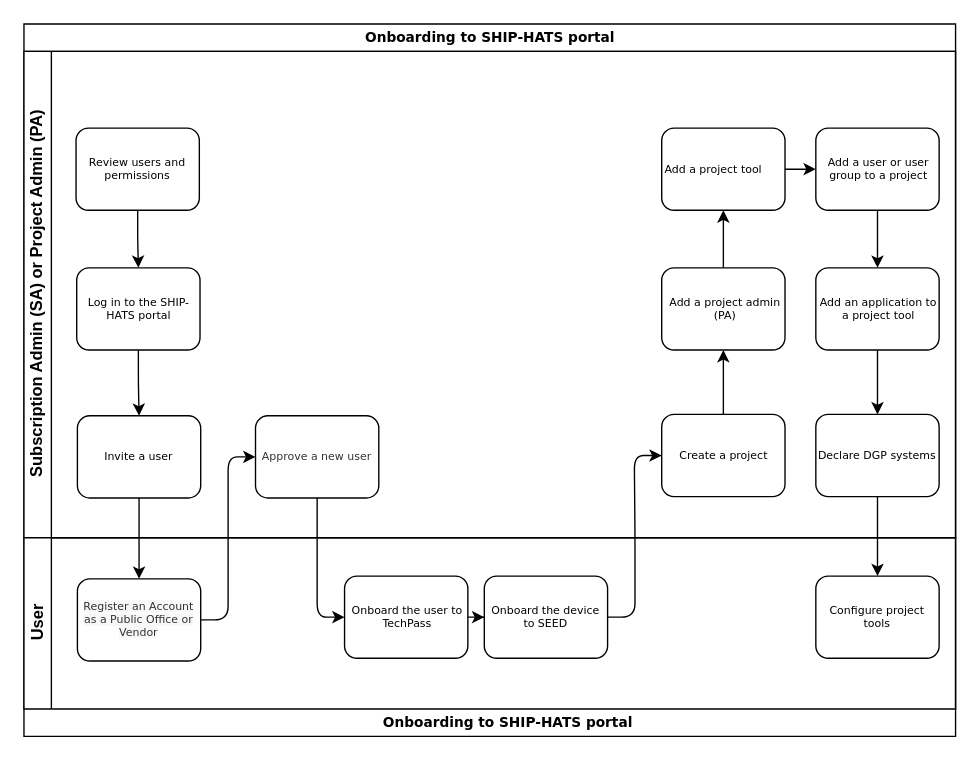
The draw.io diagram portal-guide/images/onboarding-ship-hats-portal.drawio in lixinW/ship-hats-docs, before the edit. Source tidied: cells renumbered, new cells numbered last; positions are measured from the earlier drawing's top-left corner, leaving out a move shared by most shapes. Both pictures are drawn from the tidied source at 137%, with x=0, y=0 at pixel (23, 23).
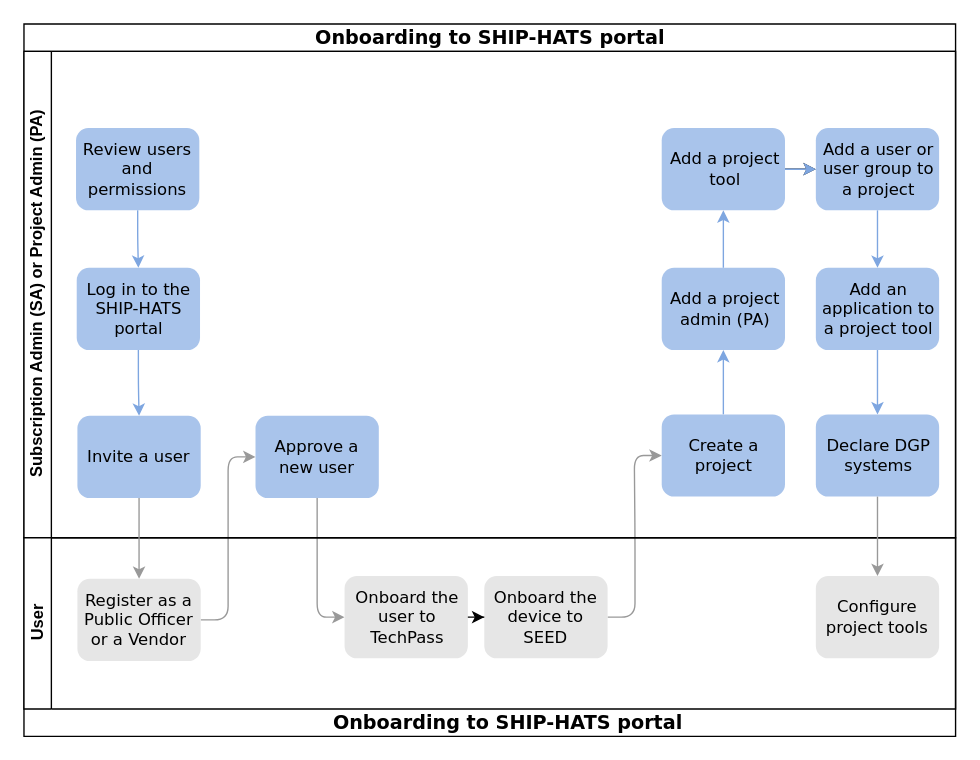
After the change.

Unchanged cells that the change refers to:
```xml
<mxCell id="6" value="Subscription Admin (SA) or Project Admin (PA)" style="swimlane;html=1;startSize=20;horizontal=0;" parent="2" vertex="1">
  <mxGeometry y="20" width="680" height="355" as="geometry" />
</mxCell>
<mxCell id="24" value="User" style="swimlane;html=1;startSize=20;horizontal=0;" parent="2" vertex="1">
  <mxGeometry y="375" width="680" height="125" as="geometry" />
</mxCell>
```

What changed in the source:
```diff
@@
-    <mxCell id="2" value="&lt;span style=&quot;font-size: 10px;&quot;&gt;Onboarding to SHIP-HATS portal&lt;/span&gt;" style="swimlane;html=1;horizontal=1;startSize=20;rounded=0;shadow=0;labelBackgroundColor=none;strokeWidth=1;fontFamily=Verdana;fontSize=8;align=center;" parent="1" vertex="1">
+    <mxCell id="2" value="&lt;font style=&quot;font-size: 14px;&quot;&gt;Onboarding to SHIP-HATS portal&lt;/font&gt;" style="swimlane;html=1;horizontal=1;startSize=20;rounded=0;shadow=0;labelBackgroundColor=none;strokeWidth=1;fontFamily=Verdana;fontSize=8;align=center;" parent="1" vertex="1">
       <mxGeometry width="680" height="520" as="geometry" />
     </mxCell>
-    <mxCell id="3" style="edgeStyle=orthogonalEdgeStyle;rounded=1;jettySize=auto;html=1;entryX=0;entryY=0.5;entryDx=0;entryDy=0;fontFamily=Verdana;fontSize=8;" parent="2" edge="1" source="25" target="10">
+    <mxCell id="3" style="edgeStyle=orthogonalEdgeStyle;rounded=1;jettySize=auto;html=1;entryX=0;entryY=0.5;entryDx=0;entryDy=0;fontFamily=Verdana;fontSize=8;strokeColor=#999999;fillColor=#B3B3B3;" parent="2" edge="1" source="25" target="10">
       <mxGeometry relative="1" as="geometry" />
     </mxCell>
-    <mxCell id="4" style="edgeStyle=orthogonalEdgeStyle;rounded=1;jettySize=auto;html=1;entryX=0;entryY=0.5;entryDx=0;entryDy=0;fontFamily=Verdana;fontSize=8;" parent="2" edge="1" source="10" target="27">
+    <mxCell id="4" style="edgeStyle=orthogonalEdgeStyle;rounded=1;jettySize=auto;html=1;entryX=0;entryY=0.5;entryDx=0;entryDy=0;fontFamily=Verdana;fontSize=8;strokeColor=#999999;fillColor=#B3B3B3;" parent="2" edge="1" source="10" target="27">
       <mxGeometry relative="1" as="geometry" />
     </mxCell>
-    <mxCell id="5" style="edgeStyle=orthogonalEdgeStyle;rounded=1;jettySize=auto;html=1;entryX=0;entryY=0.5;entryDx=0;entryDy=0;fontFamily=Verdana;fontSize=8;exitX=1;exitY=0.5;exitDx=0;exitDy=0;" parent="2" edge="1" source="28" target="12">
+    <mxCell id="5" style="edgeStyle=orthogonalEdgeStyle;rounded=1;jettySize=auto;html=1;entryX=0;entryY=0.5;entryDx=0;entryDy=0;fontFamily=Verdana;fontSize=8;exitX=1;exitY=0.5;exitDx=0;exitDy=0;strokeColor=#999999;fillColor=#B3B3B3;" parent="2" edge="1" source="28" target="12">
       <mxGeometry relative="1" as="geometry" />
     </mxCell>
@@
-    <mxCell id="7" style="edgeStyle=orthogonalEdgeStyle;rounded=1;jettySize=auto;html=1;fontSize=8;entryX=0.5;entryY=0;entryDx=0;entryDy=0;" parent="6" edge="1" source="8" target="16">
+    <mxCell id="7" style="edgeStyle=orthogonalEdgeStyle;rounded=1;jettySize=auto;html=1;fontSize=8;entryX=0.5;entryY=0;entryDx=0;entryDy=0;strokeColor=#7EA6E0;fillColor=#7EA6E0;" parent="6" edge="1" source="8" target="16">
       <mxGeometry relative="1" as="geometry" />
     </mxCell>
-    <mxCell id="8" value="Review users and permissions" style="rounded=1;whiteSpace=wrap;html=1;shadow=0;labelBackgroundColor=none;strokeWidth=1;fontFamily=Verdana;fontSize=8;align=center;" parent="6" vertex="1">
+    <mxCell id="8" value="&lt;font style=&quot;font-size: 12px;&quot;&gt;Review users and permissions&lt;/font&gt;" style="rounded=1;whiteSpace=wrap;html=1;shadow=0;labelBackgroundColor=none;strokeWidth=1;fontFamily=Verdana;fontSize=8;align=center;fillColor=#A9C4EB;strokeColor=none;" parent="6" vertex="1">
       <mxGeometry x="38" y="56" width="90" height="60" as="geometry" />
     </mxCell>
-    <mxCell id="9" value="Invite a user" style="rounded=1;whiteSpace=wrap;html=1;fontFamily=Verdana;fontSize=8;" parent="6" vertex="1">
+    <mxCell id="9" value="&lt;font style=&quot;font-size: 12px;&quot;&gt;Invite a user&lt;/font&gt;" style="rounded=1;whiteSpace=wrap;html=1;fontFamily=Verdana;fontSize=8;fillColor=#A9C4EB;strokeColor=none;" parent="6" vertex="1">
       <mxGeometry x="39" y="266" width="90" height="60" as="geometry" />
     </mxCell>
-    <mxCell id="10" value="&lt;font color=&quot;#323232&quot;&gt;&lt;span style=&quot;background-color: rgb(255, 255, 255);&quot;&gt;Approve a new user&lt;/span&gt;&lt;/font&gt;" style="rounded=1;whiteSpace=wrap;html=1;fontFamily=Verdana;fontSize=8;align=center;" parent="6" vertex="1">
+    <mxCell id="10" value="&lt;font style=&quot;font-size: 12px;&quot;&gt;Approve a new user&lt;/font&gt;" style="rounded=1;whiteSpace=wrap;html=1;fontFamily=Verdana;fontSize=8;align=center;fillColor=#A9C4EB;strokeColor=none;" parent="6" vertex="1">
       <mxGeometry x="169" y="266" width="90" height="60" as="geometry" />
     </mxCell>
-    <mxCell id="11" style="edgeStyle=orthogonalEdgeStyle;rounded=1;jettySize=auto;html=1;fontFamily=Verdana;fontSize=10;" parent="6" edge="1" source="12" target="14">
+    <mxCell id="11" style="edgeStyle=orthogonalEdgeStyle;rounded=1;jettySize=auto;html=1;fontFamily=Verdana;fontSize=10;strokeColor=#7EA6E0;fillColor=#7EA6E0;" parent="6" edge="1" source="12" target="14">
       <mxGeometry relative="1" as="geometry" />
     </mxCell>
-    <mxCell id="12" value="Create a project" style="rounded=1;whiteSpace=wrap;html=1;fontFamily=Verdana;fontSize=8;" parent="6" vertex="1">
+    <mxCell id="12" value="&lt;font style=&quot;font-size: 12px;&quot;&gt;Create a project&lt;/font&gt;" style="rounded=1;whiteSpace=wrap;html=1;fontFamily=Verdana;fontSize=8;fillColor=#A9C4EB;strokeColor=none;" parent="6" vertex="1">
       <mxGeometry x="465.5" y="265" width="90" height="60" as="geometry" />
     </mxCell>
-    <mxCell id="13" style="edgeStyle=orthogonalEdgeStyle;rounded=1;jettySize=auto;html=1;fontFamily=Verdana;fontSize=8;" parent="6" edge="1" source="14" target="22">
+    <mxCell id="13" style="edgeStyle=orthogonalEdgeStyle;rounded=1;jettySize=auto;html=1;fontFamily=Verdana;fontSize=8;strokeColor=#7EA6E0;fillColor=#7EA6E0;" parent="6" edge="1" source="14" target="22">
       <mxGeometry relative="1" as="geometry" />
     </mxCell>
-    <mxCell id="14" value="&lt;div style=&quot;text-align: center;&quot;&gt;&lt;span style=&quot;background-color: initial;&quot;&gt;Add a project admin (PA)&lt;/span&gt;&lt;/div&gt;&lt;div style=&quot;&quot;&gt;&lt;/div&gt;" style="rounded=1;whiteSpace=wrap;html=1;fontFamily=Verdana;fontSize=8;align=left;" parent="6" vertex="1">
+    <mxCell id="14" value="&lt;div style=&quot;text-align: center;&quot;&gt;&lt;span style=&quot;background-color: initial;&quot;&gt;&lt;font style=&quot;font-size: 12px;&quot;&gt;Add a project admin (PA)&lt;/font&gt;&lt;/span&gt;&lt;/div&gt;&lt;div style=&quot;&quot;&gt;&lt;/div&gt;" style="rounded=1;whiteSpace=wrap;html=1;fontFamily=Verdana;fontSize=8;align=left;fillColor=#A9C4EB;strokeColor=none;" parent="6" vertex="1">
       <mxGeometry x="465.5" y="158" width="90" height="60" as="geometry" />
     </mxCell>
-    <mxCell id="15" style="edgeStyle=orthogonalEdgeStyle;rounded=1;jettySize=auto;html=1;fontFamily=Verdana;fontSize=8;" parent="6" edge="1" source="16" target="9">
+    <mxCell id="15" style="edgeStyle=orthogonalEdgeStyle;rounded=1;jettySize=auto;html=1;fontFamily=Verdana;fontSize=8;strokeColor=#7EA6E0;fillColor=#7EA6E0;" parent="6" edge="1" source="16" target="9">
       <mxGeometry relative="1" as="geometry" />
     </mxCell>
-    <mxCell id="16" value="Log in to the SHIP-HATS portal" style="rounded=1;whiteSpace=wrap;html=1;fontFamily=Verdana;fontSize=8;" parent="6" vertex="1">
+    <mxCell id="16" value="&lt;font style=&quot;font-size: 12px;&quot;&gt;Log in to the SHIP-HATS portal&lt;/font&gt;" style="rounded=1;whiteSpace=wrap;html=1;fontFamily=Verdana;fontSize=8;fillColor=#A9C4EB;strokeColor=none;" parent="6" vertex="1">
       <mxGeometry x="38.5" y="158" width="90" height="60" as="geometry" />
     </mxCell>
-    <mxCell id="17" style="edgeStyle=orthogonalEdgeStyle;rounded=1;jettySize=auto;html=1;fontFamily=Verdana;fontSize=10;" parent="6" edge="1" source="18" target="23">
+    <mxCell id="17" style="edgeStyle=orthogonalEdgeStyle;rounded=1;jettySize=auto;html=1;fontFamily=Verdana;fontSize=10;strokeColor=#7EA6E0;fillColor=#7EA6E0;" parent="6" edge="1" source="18" target="23">
       <mxGeometry relative="1" as="geometry" />
     </mxCell>
-    <mxCell id="18" value="&lt;div style=&quot;text-align: center;&quot;&gt;Add an application to a project tool&lt;br&gt;&lt;/div&gt;&lt;div style=&quot;&quot;&gt;&lt;/div&gt;" style="rounded=1;whiteSpace=wrap;html=1;fontFamily=Verdana;fontSize=8;align=left;" parent="6" vertex="1">
+    <mxCell id="18" value="&lt;div style=&quot;text-align: center;&quot;&gt;&lt;font style=&quot;font-size: 12px;&quot;&gt;Add an application to a project tool&lt;/font&gt;&lt;br&gt;&lt;/div&gt;&lt;div style=&quot;&quot;&gt;&lt;/div&gt;" style="rounded=1;whiteSpace=wrap;html=1;fontFamily=Verdana;fontSize=8;align=left;fillColor=#A9C4EB;strokeColor=none;" parent="6" vertex="1">
       <mxGeometry x="578" y="158" width="90" height="60" as="geometry" />
     </mxCell>
-    <mxCell id="19" style="edgeStyle=orthogonalEdgeStyle;rounded=1;jettySize=auto;html=1;fontFamily=Verdana;fontSize=10;" parent="6" edge="1" source="20" target="18">
+    <mxCell id="19" style="edgeStyle=orthogonalEdgeStyle;rounded=1;jettySize=auto;html=1;fontFamily=Verdana;fontSize=10;strokeColor=#7EA6E0;fillColor=#7EA6E0;" parent="6" edge="1" source="20" target="18">
       <mxGeometry relative="1" as="geometry" />
     </mxCell>
-    <mxCell id="20" value="&lt;div style=&quot;text-align: center;&quot;&gt;&lt;span style=&quot;background-color: initial;&quot;&gt;Add a user or user group to a project&lt;/span&gt;&lt;/div&gt;&lt;div style=&quot;&quot;&gt;&lt;/div&gt;" style="rounded=1;whiteSpace=wrap;html=1;fontFamily=Verdana;fontSize=8;align=left;" parent="6" vertex="1">
+    <mxCell id="20" value="&lt;div style=&quot;text-align: center;&quot;&gt;&lt;span style=&quot;background-color: initial;&quot;&gt;&lt;font style=&quot;font-size: 12px;&quot;&gt;Add a user or user group to a project&lt;/font&gt;&lt;/span&gt;&lt;/div&gt;&lt;div style=&quot;&quot;&gt;&lt;/div&gt;" style="rounded=1;whiteSpace=wrap;html=1;fontFamily=Verdana;fontSize=8;align=left;fillColor=#A9C4EB;strokeColor=none;" parent="6" vertex="1">
       <mxGeometry x="578" y="56" width="90" height="60" as="geometry" />
     </mxCell>
@@
+    <mxCell id="33" style="edgeStyle=orthogonalEdgeStyle;rounded=0;jettySize=auto;html=1;fontSize=12;strokeColor=#7EA6E0;fillColor=#7EA6E0;" parent="6" edge="1" source="22" target="20">
+      <mxGeometry relative="1" as="geometry" />
+    </mxCell>
-    <mxCell id="22" value="&lt;div style=&quot;text-align: center;&quot;&gt;&lt;span style=&quot;background-color: initial;&quot;&gt;Add a project tool&lt;/span&gt;&lt;/div&gt;&lt;div style=&quot;&quot;&gt;&lt;/div&gt;" style="rounded=1;whiteSpace=wrap;html=1;fontFamily=Verdana;fontSize=8;align=left;" parent="6" vertex="1">
+    <mxCell id="22" value="&lt;div style=&quot;text-align: center;&quot;&gt;&lt;span style=&quot;background-color: initial;&quot;&gt;&lt;font style=&quot;font-size: 12px;&quot;&gt;Add a project tool&lt;/font&gt;&lt;/span&gt;&lt;/div&gt;&lt;div style=&quot;&quot;&gt;&lt;/div&gt;" style="rounded=1;whiteSpace=wrap;html=1;fontFamily=Verdana;fontSize=8;align=left;fillColor=#A9C4EB;strokeColor=none;" parent="6" vertex="1">
       <mxGeometry x="465.5" y="56" width="90" height="60" as="geometry" />
     </mxCell>
-    <mxCell id="23" value="&lt;div style=&quot;text-align: center;&quot;&gt;Declare DGP systems&lt;br&gt;&lt;/div&gt;&lt;div style=&quot;&quot;&gt;&lt;/div&gt;" style="rounded=1;whiteSpace=wrap;html=1;fontFamily=Verdana;fontSize=8;align=left;" parent="6" vertex="1">
+    <mxCell id="23" value="&lt;div style=&quot;text-align: center;&quot;&gt;&lt;font style=&quot;font-size: 12px;&quot;&gt;Declare DGP systems&lt;/font&gt;&lt;br&gt;&lt;/div&gt;&lt;div style=&quot;&quot;&gt;&lt;/div&gt;" style="rounded=1;whiteSpace=wrap;html=1;fontFamily=Verdana;fontSize=8;align=left;fillColor=#A9C4EB;strokeColor=none;" parent="6" vertex="1">
       <mxGeometry x="578" y="265" width="90" height="60" as="geometry" />
     </mxCell>
@@
-    <mxCell id="25" value="&lt;span style=&quot;color: rgb(50, 50, 50); text-align: left; background-color: rgb(247, 247, 247);&quot;&gt;&lt;font style=&quot;font-size: 8px;&quot;&gt;Register an Account as a Public Office or Vendor&lt;/font&gt;&lt;/span&gt;" style="rounded=1;whiteSpace=wrap;html=1;fontFamily=Verdana;fontSize=8;" parent="24" vertex="1">
+    <mxCell id="25" value="&lt;font style=&quot;font-size: 12px;&quot;&gt;Register as a Public Officer or a Vendor&lt;/font&gt;" style="rounded=1;whiteSpace=wrap;html=1;fontFamily=Verdana;fontSize=8;strokeColor=none;fillColor=#E6E6E6;" parent="24" vertex="1">
       <mxGeometry x="39" y="30" width="90" height="60" as="geometry" />
     </mxCell>
@@
-    <mxCell id="27" value="&lt;div style=&quot;text-align: center;&quot;&gt;&lt;span style=&quot;background-color: initial;&quot;&gt;Onboard the user to TechPass&lt;/span&gt;&lt;/div&gt;" style="rounded=1;whiteSpace=wrap;html=1;fontSize=8;fontFamily=Verdana;align=left;" parent="24" vertex="1">
+    <mxCell id="27" value="&lt;div style=&quot;text-align: center;&quot;&gt;&lt;span style=&quot;background-color: initial;&quot;&gt;&lt;font style=&quot;font-size: 12px;&quot;&gt;Onboard the user to TechPass&lt;/font&gt;&lt;/span&gt;&lt;/div&gt;" style="rounded=1;whiteSpace=wrap;html=1;fontSize=8;fontFamily=Verdana;align=left;strokeColor=none;fillColor=#E6E6E6;" parent="24" vertex="1">
       <mxGeometry x="234" y="28" width="90" height="60" as="geometry" />
     </mxCell>
-    <mxCell id="28" value="&lt;span style=&quot;&quot;&gt;Onboard the device to SEED&lt;/span&gt;" style="rounded=1;whiteSpace=wrap;html=1;fontSize=8;fontFamily=Verdana;align=center;" parent="24" vertex="1">
+    <mxCell id="28" value="&lt;span style=&quot;&quot;&gt;&lt;font style=&quot;font-size: 12px;&quot;&gt;Onboard the device to SEED&lt;/font&gt;&lt;/span&gt;" style="rounded=1;whiteSpace=wrap;html=1;fontSize=8;fontFamily=Verdana;align=center;strokeColor=none;fillColor=#E6E6E6;" parent="24" vertex="1">
       <mxGeometry x="336" y="28" width="90" height="60" as="geometry" />
     </mxCell>
-    <mxCell id="29" value="&lt;span style=&quot;&quot;&gt;Configure project tools&lt;/span&gt;" style="rounded=1;whiteSpace=wrap;html=1;fontSize=8;fontFamily=Verdana;align=center;" parent="24" vertex="1">
+    <mxCell id="29" value="&lt;span style=&quot;&quot;&gt;&lt;font style=&quot;font-size: 12px;&quot;&gt;Configure project tools&lt;/font&gt;&lt;/span&gt;" style="rounded=1;whiteSpace=wrap;html=1;fontSize=8;fontFamily=Verdana;align=center;strokeColor=none;fillColor=#E6E6E6;" parent="24" vertex="1">
       <mxGeometry x="578" y="28" width="90" height="60" as="geometry" />
     </mxCell>
-    <mxCell id="30" style="edgeStyle=orthogonalEdgeStyle;rounded=1;jettySize=auto;html=1;fontFamily=Verdana;fontSize=10;" parent="2" edge="1" source="9" target="25">
+    <mxCell id="30" style="edgeStyle=orthogonalEdgeStyle;rounded=1;jettySize=auto;html=1;fontFamily=Verdana;fontSize=10;strokeColor=#999999;fillColor=#B3B3B3;" parent="2" edge="1" source="9" target="25">
       <mxGeometry relative="1" as="geometry" />
     </mxCell>
-    <mxCell id="31" style="edgeStyle=orthogonalEdgeStyle;rounded=1;jettySize=auto;html=1;fontFamily=Verdana;fontSize=8;" parent="2" edge="1" source="23" target="29">
+    <mxCell id="31" style="edgeStyle=orthogonalEdgeStyle;rounded=1;jettySize=auto;html=1;fontFamily=Verdana;fontSize=8;strokeColor=#999999;fillColor=#B3B3B3;" parent="2" edge="1" source="23" target="29">
       <mxGeometry relative="1" as="geometry" />
     </mxCell>
-    <mxCell id="32" value="&lt;span style=&quot;font-weight: 700;&quot;&gt;Onboarding to SHIP-HATS portal&lt;/span&gt;" style="text;html=1;align=center;verticalAlign=middle;strokeColor=none;fillColor=none;fontSize=10;fontFamily=Verdana;" parent="1" vertex="1">
-      <mxGeometry x="256" y="502" width="194" height="16" as="geometry" />
+    <mxCell id="32" value="&lt;span style=&quot;font-weight: 700;&quot;&gt;&lt;font style=&quot;font-size: 14px;&quot;&gt;Onboarding to SHIP-HATS portal&lt;/font&gt;&lt;/span&gt;" style="text;html=1;align=center;verticalAlign=middle;strokeColor=none;fillColor=none;fontSize=10;fontFamily=Verdana;" parent="1" vertex="1">
+      <mxGeometry x="219" y="501" width="268" height="18" as="geometry" />
     </mxCell>
```
